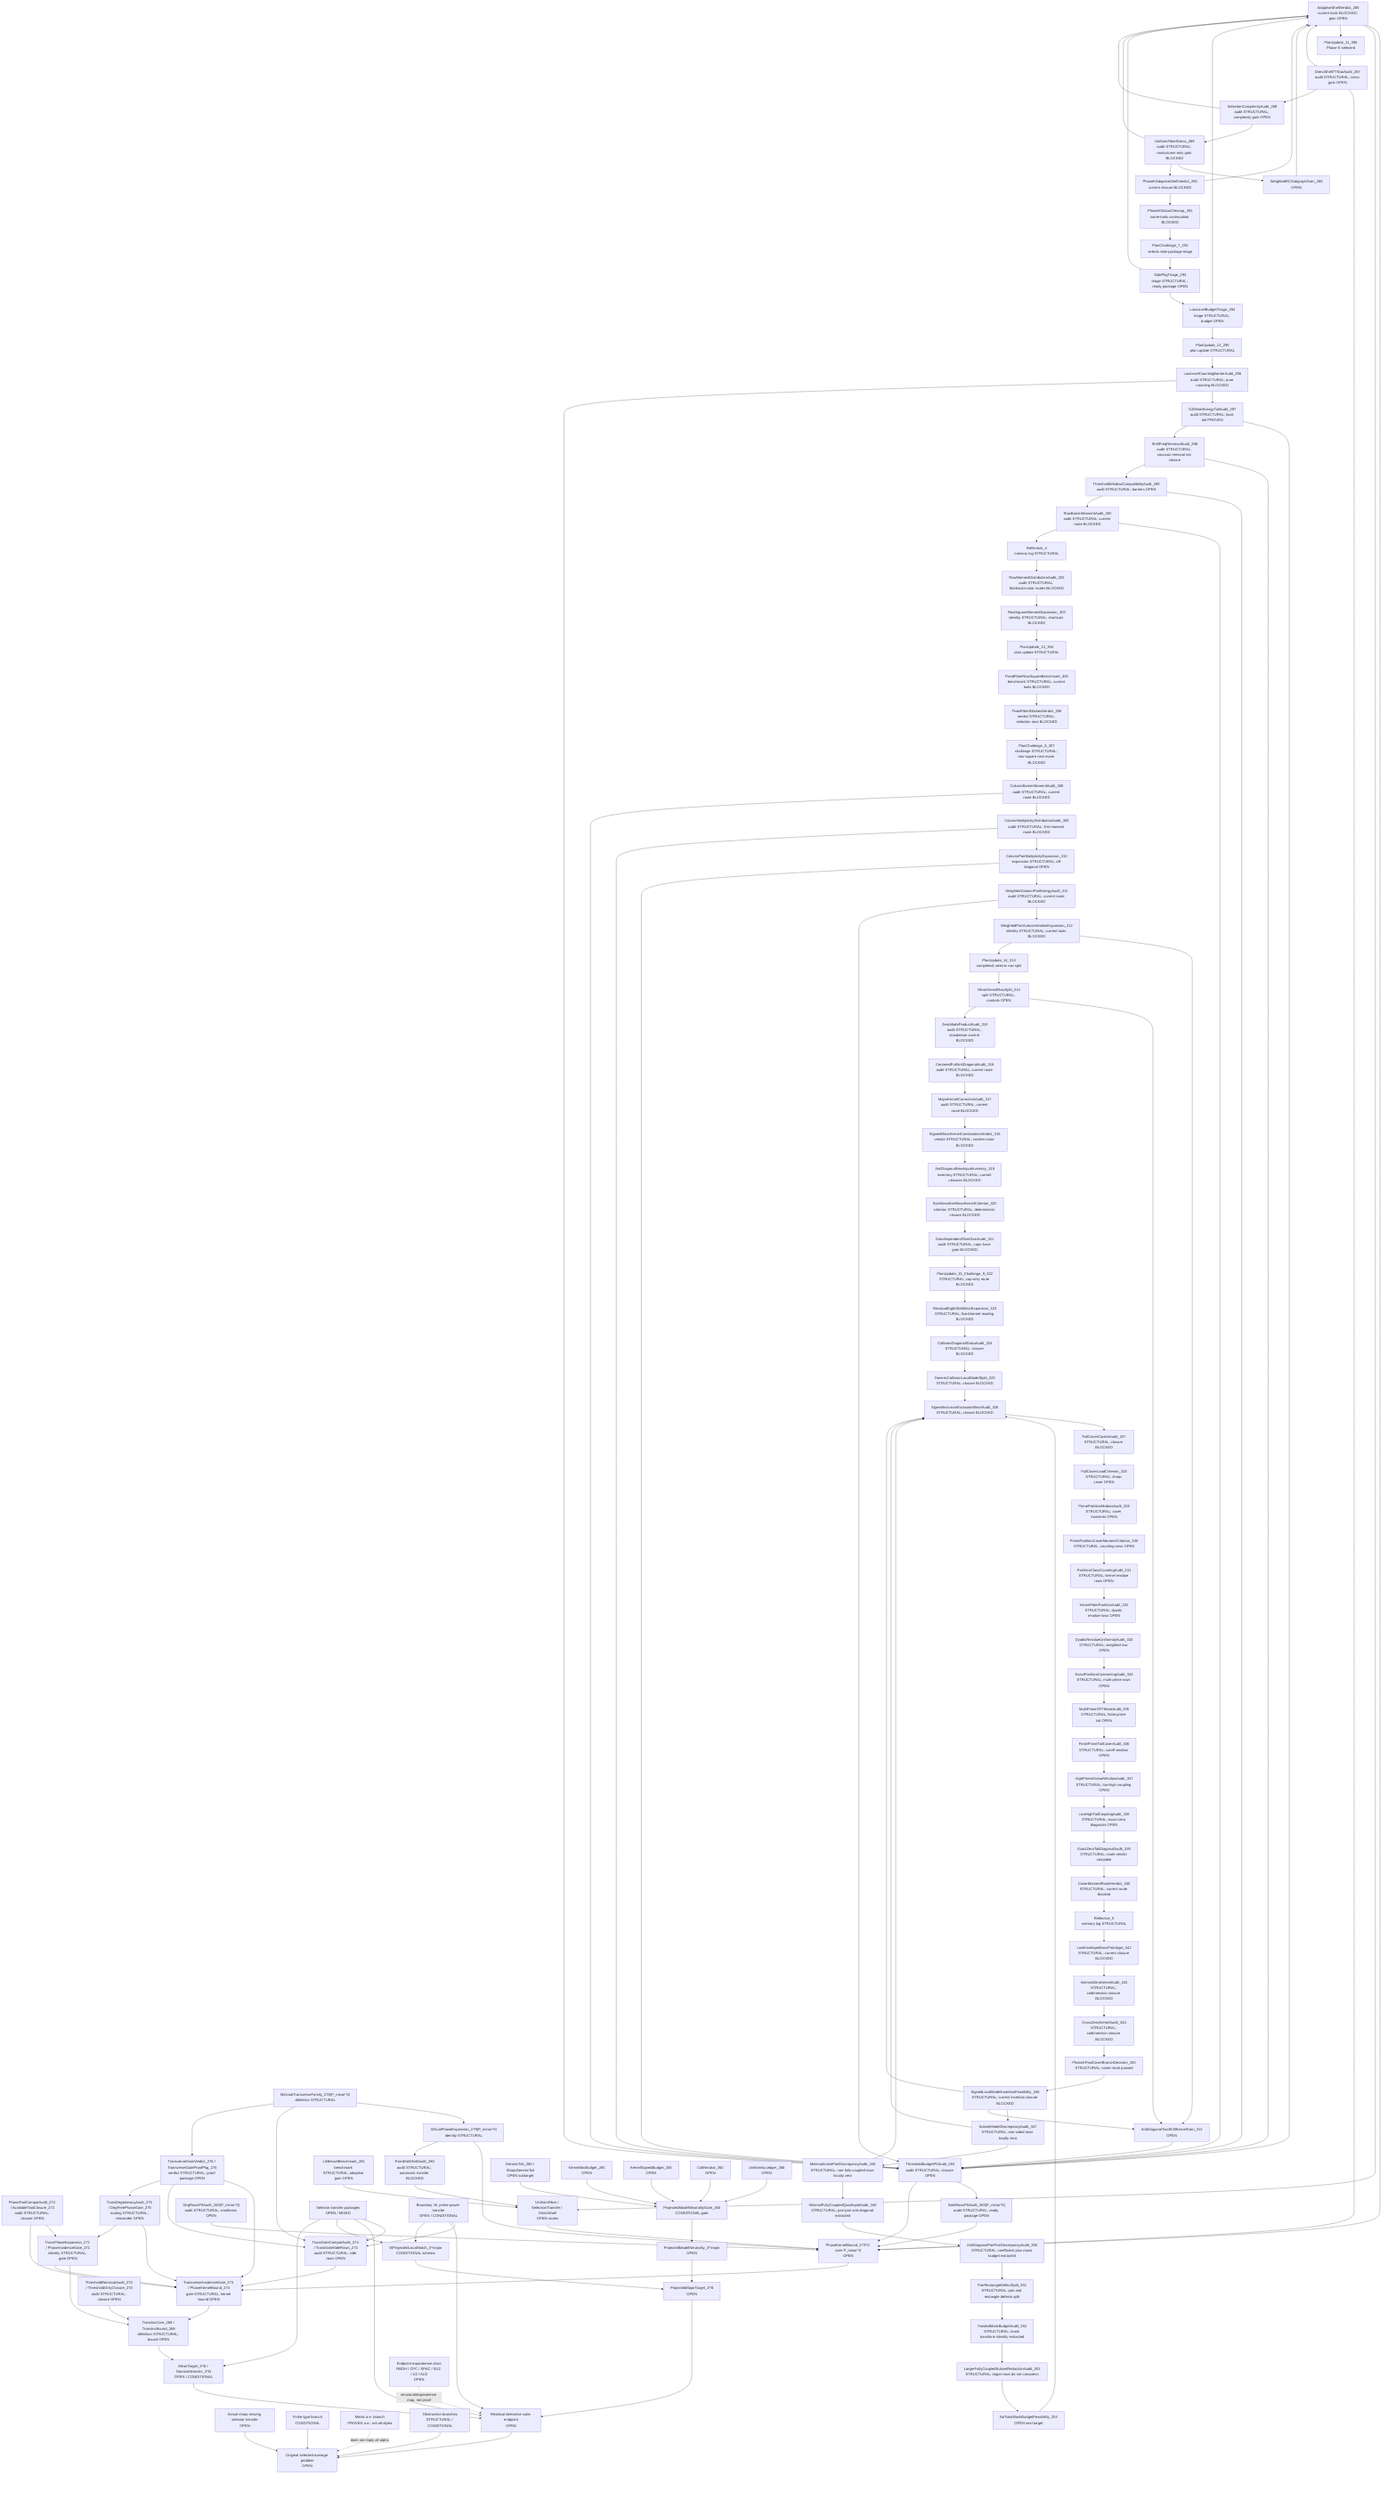
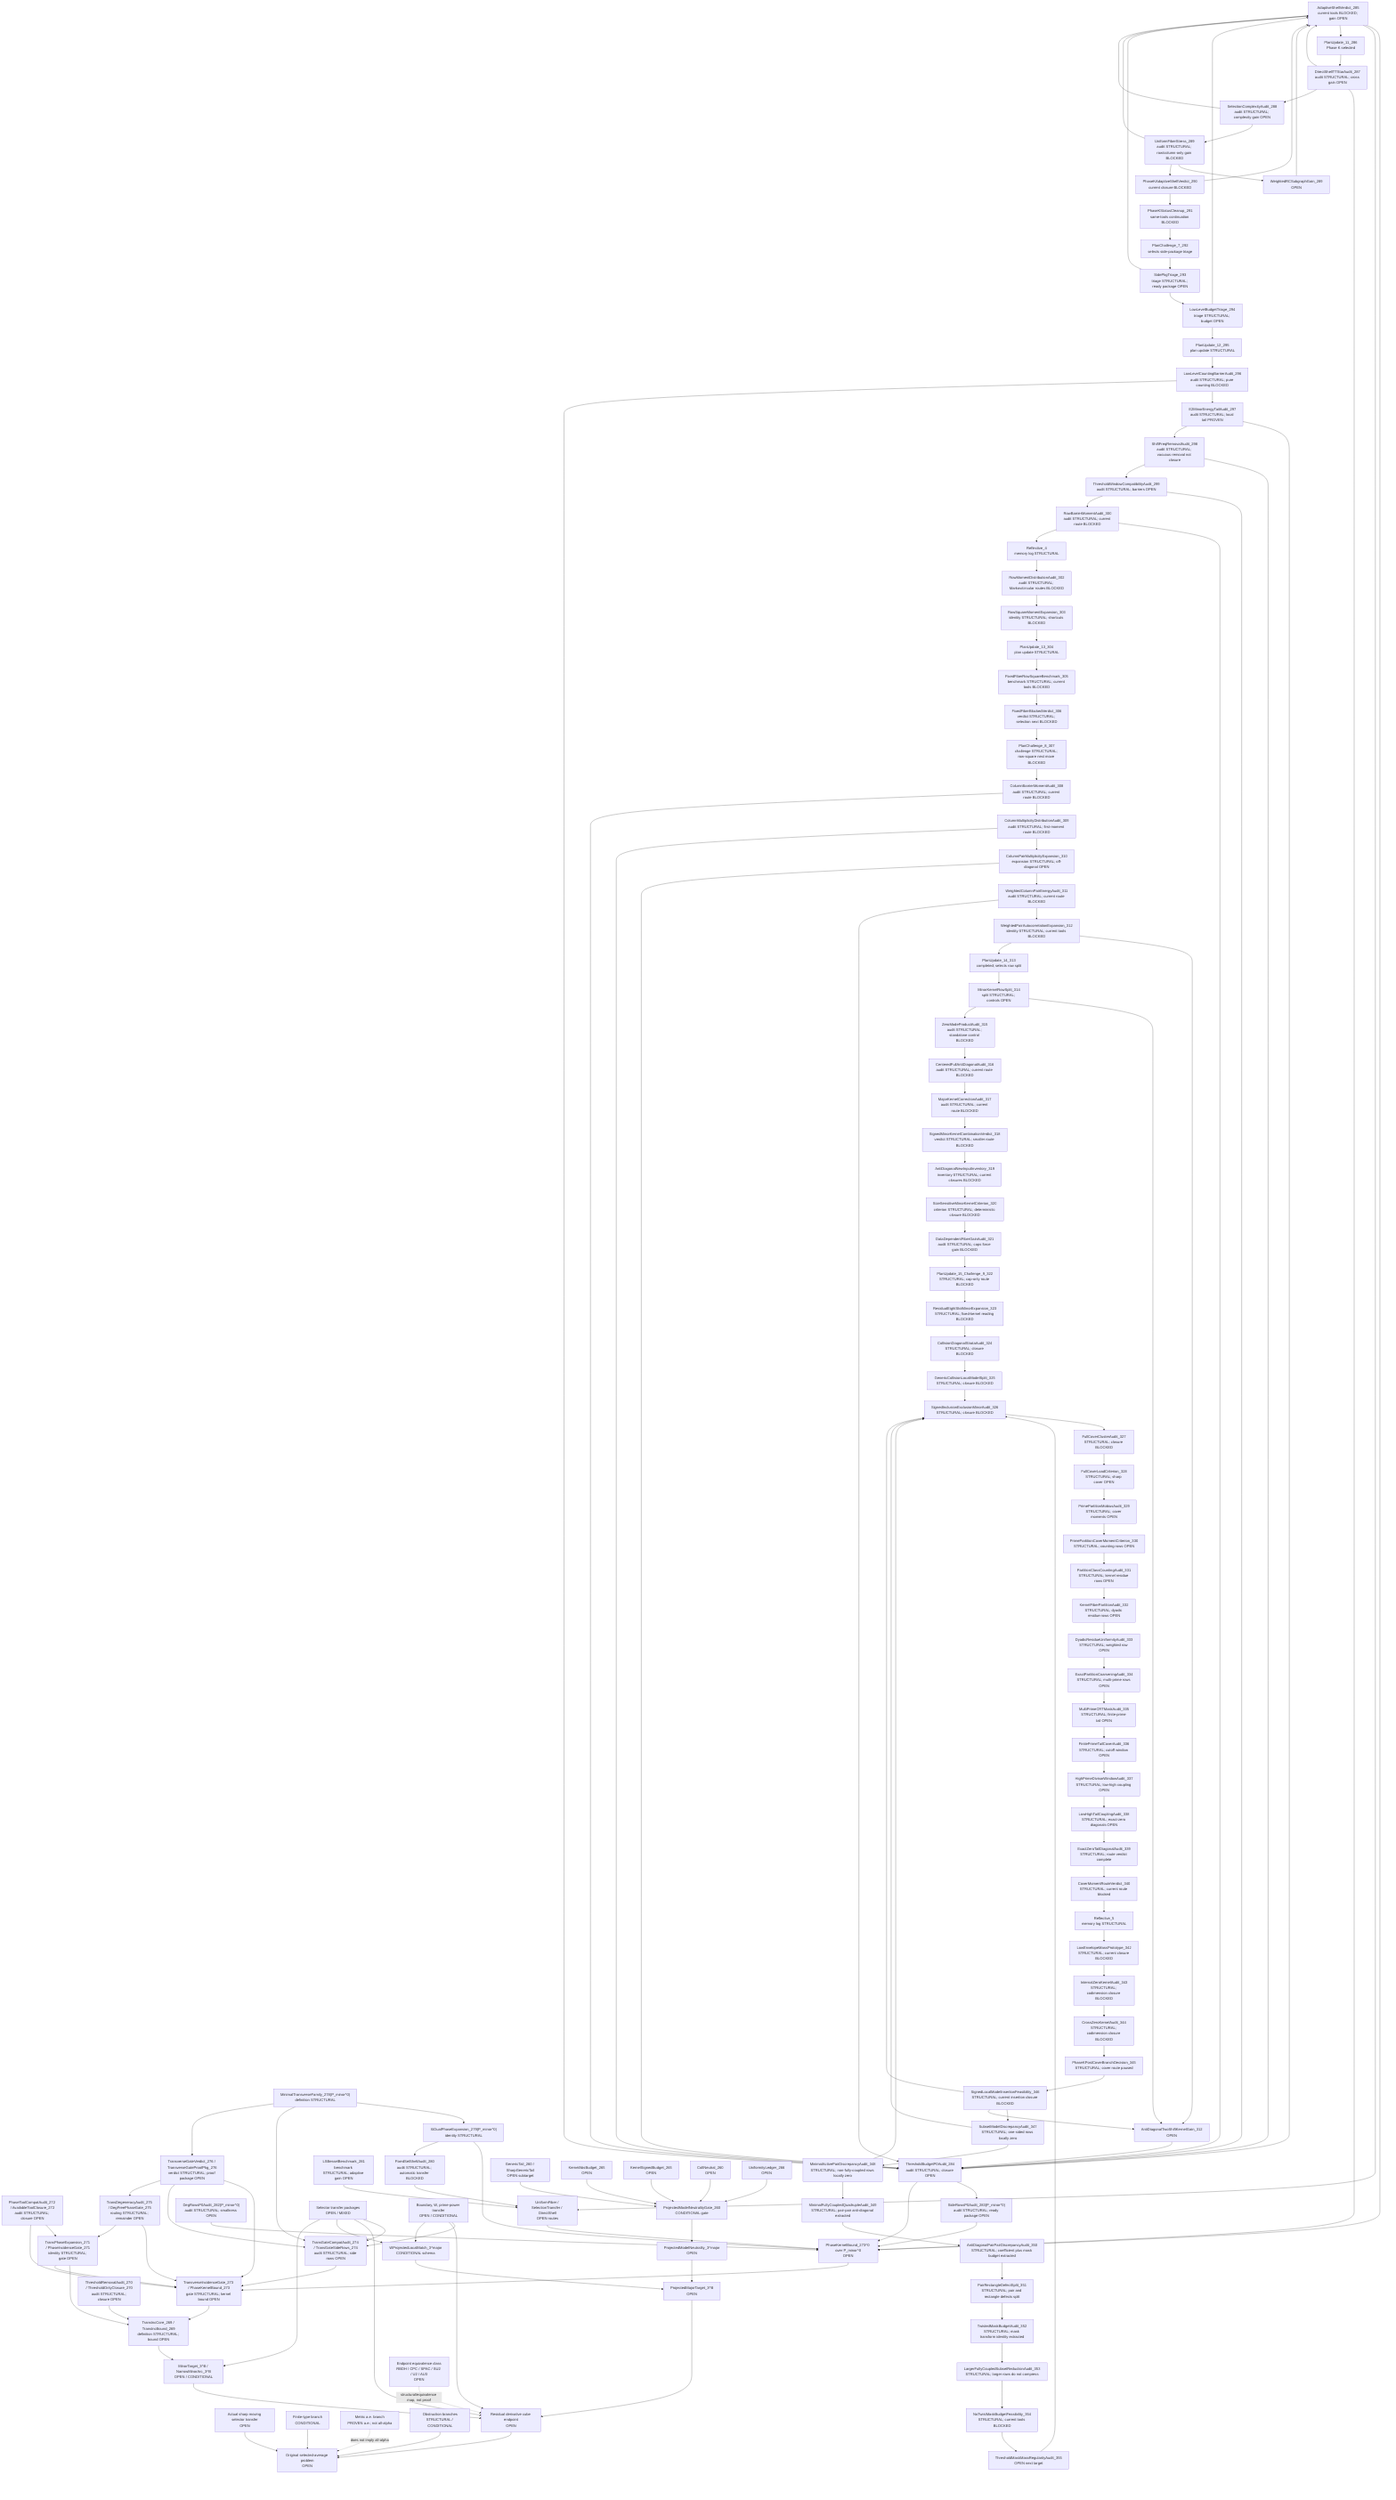
flowchart TD
  Original["Original selected-average problem<br/>OPEN"]
  SharpSel["Actual sharp moving selector transfer<br/>OPEN"]
  FiniteType["Finite-type branch<br/>CONDITIONAL"]
  Metric["Metric a.e. branch<br/>PROVEN a.e.; not all-alpha"]
  Obstruction["Obstruction branches<br/>STRUCTURAL / CONDITIONAL"]

  ResCube["Residual derivative cube endpoint<br/>OPEN"]
  MajorTarget["ProjectedMajorTarget_3^B<br/>OPEN"]
  MinorTarget["MinorTarget_3^B / NarrowMinorArc_3^B<br/>OPEN / CONDITIONAL"]
  TransInc["TransIncCore_269 / TransIncBound_269<br/>definition STRUCTURAL; bound OPEN"]
  ThresholdAudit["ThresholdRemovalAudit_270 / ThresholdOnlyClosure_270<br/>audit STRUCTURAL; closure OPEN"]
  PhaseExpansion["TransPhaseExpansion_271 / PhaseIncidenceGate_271<br/>identity STRUCTURAL; gate OPEN"]
  ToolCompat["PhaseToolCompatAudit_272 / AvailableToolClosure_272<br/>audit STRUCTURAL; closure OPEN"]
  TransGate["TransverseIncidenceGate_273 / PhaseKernelBound_273<br/>gate STRUCTURAL; kernel bound OPEN"]
  TransGateCompat["TransGateCompatAudit_274 / TransGateSideRows_274<br/>audit STRUCTURAL; side rows OPEN"]
  DegAudit["TransDegeneracyAudit_275 / DegFreePhaseGate_275<br/>routing STRUCTURAL; remainder OPEN"]
  TransVerdict["TransverseGateVerdict_276 / TransverseGateProofPkg_276<br/>verdict STRUCTURAL; proof package OPEN"]
  MinTransFamily["MinimalTransverseFamily_278(P_minor^0)<br/>definition STRUCTURAL"]
  XiExpansion["XiDualPhaseExpansion_279(P_minor^0)<br/>identity STRUCTURAL"]
  FixedShellAudit["FixedSetShellAudit_280<br/>audit STRUCTURAL; automatic transfer BLOCKED"]
  FixedShellTransfer["UniformFiber / SelectionTransfer / DirectShell<br/>OPEN routes"]
  LSBesselBench["LSBesselBenchmark_281<br/>benchmark STRUCTURAL; adaptive gain OPEN"]
  DegRowsP0["DegRowsP0Audit_282(P_minor^0)<br/>audit STRUCTURAL; smallness OPEN"]
  SideRowsP0["SideRowsP0Audit_283(P_minor^0)<br/>audit STRUCTURAL; ready package OPEN"]
  ThresholdP0["ThresholdBudgetP0Audit_284<br/>audit STRUCTURAL; closure OPEN"]
  AdaptiveShellP0["AdaptiveShellVerdict_285<br/>current tools BLOCKED; gain OPEN"]
  PlanUpdate11["PlanUpdate_11_286<br/>Phase K selected"]
  DirectTTStar["DirectShellTTStarAudit_287<br/>audit STRUCTURAL; cross gain OPEN"]
  SelectionComplexity["SelectionComplexityAudit_288<br/>audit STRUCTURAL; complexity gain OPEN"]
  UniformFiberStress["UniformFiberStress_289<br/>audit STRUCTURAL; row/column-only gain BLOCKED"]
  WeightedRCSubgraph["WeightedRCSubgraphGain_289<br/>OPEN"]
  AdaptiveVerdict290["PhaseKAdaptiveShellVerdict_290<br/>current closure BLOCKED"]
  PhaseKCleanup291["PhaseKStatusCleanup_291<br/>same-tools continuation BLOCKED"]
  PlanChallenge7["PlanChallenge_7_292<br/>selects side-package triage"]
  SidePkgTriage293["SidePkgTriage_293<br/>triage STRUCTURAL; ready package OPEN"]
  LowLevelTriage294["LowLevelBudgetTriage_294<br/>triage STRUCTURAL; budget OPEN"]
  PlanUpdate12["PlanUpdate_12_295<br/>plan update STRUCTURAL"]
  LowLevelBarrier296["LowLevelCountingBarrierAudit_296<br/>audit STRUCTURAL; pure counting BLOCKED"]
  E2Tail297["E2MinorEnergyTailAudit_297<br/>audit STRUCTURAL; local tail PROVEN"]
  ShiftFreq298["ShiftFreqRemovalAudit_298<br/>audit STRUCTURAL; vacuous removal not closure"]
  ThresholdWindow299["ThresholdWindowCompatibilityAudit_299<br/>audit STRUCTURAL; barriers OPEN"]
  RowBarrier300["RowBarrierMomentAudit_300<br/>audit STRUCTURAL; current route BLOCKED"]
  Reflective4["Reflective_4<br/>memory log STRUCTURAL"]
  RowMoment302["RowMomentDistributionAudit_302<br/>audit STRUCTURAL; Markov/circular routes BLOCKED"]
  RowSquare303["RowSquareMomentExpansion_303<br/>identity STRUCTURAL; shortcuts BLOCKED"]
  PlanUpdate13["PlanUpdate_13_304<br/>plan update STRUCTURAL"]
  FixedFiber305["FixedFiberRowSquareBenchmark_305<br/>benchmark STRUCTURAL; current tools BLOCKED"]
  FixedFiber306["FixedFiberBlockedVerdict_306<br/>verdict STRUCTURAL; selection next BLOCKED"]
  PlanChallenge8["PlanChallenge_8_307<br/>challenge STRUCTURAL; row-square next move BLOCKED"]
  ColumnBarrier308["ColumnBarrierMomentAudit_308<br/>audit STRUCTURAL; current route BLOCKED"]
  ColumnDist309["ColumnMultiplicityDistributionAudit_309<br/>audit STRUCTURAL; first-moment route BLOCKED"]
  ColumnPair310["ColumnPairMultiplicityExpansion_310<br/>expansion STRUCTURAL; off-diagonal OPEN"]
  WPair311["WeightedColumnPairEnergyAudit_311<br/>audit STRUCTURAL; current route BLOCKED"]
  AutoCorr312["WeightedPairAutocorrelationExpansion_312<br/>identity STRUCTURAL; current tools BLOCKED"]
  AntiDiag312["AntiDiagonalTwoShiftKernelGain_312<br/>OPEN"]
  PlanUpdate14["PlanUpdate_14_313<br/>completed; selects row split"]
  MinorKernel314["MinorKernelRowSplit_314<br/>split STRUCTURAL; controls OPEN"]
  ZeroAudit315["ZeroModeProductAudit_315<br/>audit STRUCTURAL; standalone control BLOCKED"]
  CenteredFull316["CenteredFullAntiDiagonalAudit_316<br/>audit STRUCTURAL; current route BLOCKED"]
  MajorCorr317["MajorKernelCorrectionAudit_317<br/>audit STRUCTURAL; current route BLOCKED"]
  SignedVerdict318["SignedMinorKernelCombinationVerdict_318<br/>verdict STRUCTURAL; smaller route BLOCKED"]
  NewInput319["AntiDiagonalNewInputInventory_319<br/>inventory STRUCTURAL; current closures BLOCKED"]
  SizeSensitive320["SizeSensitiveMinorKernelCriterion_320<br/>criterion STRUCTURAL; deterministic closure BLOCKED"]
  FiberGain321["DataDependentFiberGainAudit_321<br/>audit STRUCTURAL; caps force gain BLOCKED"]
  Plan322["PlanUpdate_15_Challenge_9_322<br/>STRUCTURAL; cap-only route BLOCKED"]
  ResidualEight323["ResidualEightSlotMinorExpansion_323<br/>STRUCTURAL; fixed-kernel reading BLOCKED"]
  Collision324["CollisionDiagonalStrataAudit_324<br/>STRUCTURAL; closure BLOCKED"]
  GenericSplit325["GenericCollisionLocalModelSplit_325<br/>STRUCTURAL; closure BLOCKED"]
  SignedIE326["SignedInclusionExclusionMinorAudit_326<br/>STRUCTURAL; closure BLOCKED"]
  FullCover327["FullCoverClusterAudit_327<br/>STRUCTURAL; closure BLOCKED"]
  CoverLoad328["FullCoverLoadCriterion_328<br/>STRUCTURAL; sharp cover OPEN"]
  PrimeMobius329["PrimePartitionMobiusAudit_329<br/>STRUCTURAL; cover moments OPEN"]
  CoverMoment330["PrimePartitionCoverMomentCriterion_330<br/>STRUCTURAL; counting rows OPEN"]
  PartitionCount331["PartitionClassCountingAudit_331<br/>STRUCTURAL; kernel residue rows OPEN"]
  KernelFiber332["KernelFiberPartitionAudit_332<br/>STRUCTURAL; dyadic residue rows OPEN"]
  Dyadic333["DyadicResidueUniformityAudit_333<br/>STRUCTURAL; weighted row OPEN"]
  Coarsening334["ExactPartitionCoarseningAudit_334<br/>STRUCTURAL; multi-prime rows OPEN"]
  CRTMask335["MultiPrimeCRTMaskAudit_335<br/>STRUCTURAL; finite-prime tail OPEN"]
  Tail336["FinitePrimeTailCoverAudit_336<br/>STRUCTURAL; cutoff window OPEN"]
  DivWindow337["HighPrimeDivisorWindowAudit_337<br/>STRUCTURAL; low-high coupling OPEN"]
  LowHigh338["LowHighTailCouplingAudit_338<br/>STRUCTURAL; exact-zero diagonals OPEN"]
  ExactZero339["ExactZeroTailDiagonalAudit_339<br/>STRUCTURAL; route verdict complete"]
  CoverVerdict340["CoverMomentRouteVerdict_340<br/>STRUCTURAL; current route blocked"]
  Reflective5["Reflective_5<br/>memory log STRUCTURAL"]
  LowEnvelope342["LowEnvelopeMassPrototype_342<br/>STRUCTURAL; current closure BLOCKED"]
  InternalZero343["InternalZeroKernelAudit_343<br/>STRUCTURAL; codimension closure BLOCKED"]
  CrossZero344["CrossZeroKernelAudit_344<br/>STRUCTURAL; codimension closure BLOCKED"]
  PhaseDecision345["PhaseKPostCoverBranchDecision_345<br/>STRUCTURAL; cover route paused"]
  SignedInsertion346["SignedLocalModelInsertionFeasibility_346<br/>STRUCTURAL; current insertion closure BLOCKED"]
  SubsetDiscrep347["SubsetModelDiscrepancyAudit_347<br/>STRUCTURAL; one-sided rows locally zero"]
  MinPair348["MinimalActivePairDiscrepancyAudit_348<br/>STRUCTURAL; non-fully-coupled rows locally zero"]
  MinQuad349["MinimalFullyCoupledQuadrupleAudit_349<br/>STRUCTURAL; pair-pair anti-diagonal extracted"]
  PairPair350["AntiDiagonalPairPairDiscrepancyAudit_350<br/>STRUCTURAL; coefficient plus mask budget extracted"]
  DefectSplit351["PairRectangleDefectSplit_351<br/>STRUCTURAL; pair and rectangle defects split"]
  TwistMask352["TwistedMaskBudgetAudit_352<br/>STRUCTURAL; mask transform identity extracted"]
  LargeSubset353["LargerFullyCoupledSubsetReductionAudit_353<br/>STRUCTURAL; larger rows do not compress"]
-   NoTwist354["NoTwistMaskBudgetFeasibility_354<br/>OPEN next target"]
+   NoTwist354["NoTwistMaskBudgetFeasibility_354<br/>STRUCTURAL; current tools BLOCKED"]
+   MaskMass355["ThresholdMaskMassRegularityAudit_355<br/>OPEN next target"]
  PhaseKernel0["PhaseKernelBound_273^0 over P_minor^0<br/>OPEN"]
  SelectorTransfer["Selector transfer packages<br/>OPEN / MIXED"]
  BoundaryTransfer["Boundary, W, prime-power transfer<br/>OPEN / CONDITIONAL"]

  WLocal["WProjectedLocalMatch_3^major<br/>CONDITIONAL schema"]
  ModelNeutral["ProjectedModelNeutrality_3^major<br/>OPEN"]
  PMNGate["ProjectedModelNeutralityGate_260<br/>CONDITIONAL gate"]
  GenericTail["GenericTail_260 / SharpGenericTail<br/>OPEN subtarget"]
  KernelAbs["KernelAbsBudget_265<br/>OPEN"]
  KernelSigned["KernelSignedBudget_265<br/>OPEN"]
  CollNeutral["CollNeutral_260<br/>OPEN"]
  Uniformity["UniformityLedger_266<br/>OPEN"]

  EndpointClass["Endpoint equivalence class<br/>RBDH / CPC / SPAC / SU2 / U2 / AU3<br/>OPEN"]

  SharpSel --> Original
  FiniteType --> Original
  Obstruction --> Original
  ResCube --> Original
  Metric -. "does not imply all-alpha" .-> Original

  MajorTarget --> ResCube
  MinorTarget --> ResCube
  TransInc --> MinorTarget
  ThresholdAudit --> TransInc
  PhaseExpansion --> TransInc
  ToolCompat --> PhaseExpansion
  TransGate --> TransInc
  PhaseExpansion --> TransGate
  ToolCompat --> TransGate
  TransGateCompat --> TransGate
  SelectorTransfer --> TransGateCompat
  BoundaryTransfer --> TransGateCompat
  DegAudit --> TransGate
  DegAudit --> PhaseExpansion
  TransVerdict --> TransGate
  TransVerdict --> TransGateCompat
  TransVerdict --> DegAudit
  PhaseKernel0 --> TransGate
  MinTransFamily --> XiExpansion
  XiExpansion --> PhaseKernel0
  XiExpansion --> FixedShellAudit
  FixedShellAudit --> FixedShellTransfer
  FixedShellTransfer --> PhaseKernel0
  LSBesselBench --> FixedShellTransfer
  DegRowsP0 --> PhaseKernel0
  SideRowsP0 --> PhaseKernel0
  ThresholdP0 --> SideRowsP0
  ThresholdP0 --> PhaseKernel0
  AdaptiveShellP0 --> PhaseKernel0
  AdaptiveShellP0 --> FixedShellTransfer
  AdaptiveShellP0 --> PlanUpdate11
  PlanUpdate11 --> DirectTTStar
  DirectTTStar --> AdaptiveShellP0
  DirectTTStar --> PhaseKernel0
  DirectTTStar --> SelectionComplexity
  SelectionComplexity --> UniformFiberStress
  SelectionComplexity --> AdaptiveShellP0
  UniformFiberStress --> WeightedRCSubgraph
  WeightedRCSubgraph --> AdaptiveShellP0
  UniformFiberStress --> AdaptiveVerdict290
  UniformFiberStress --> AdaptiveShellP0
  AdaptiveVerdict290 --> AdaptiveShellP0
  AdaptiveVerdict290 --> PhaseKCleanup291
  PhaseKCleanup291 --> PlanChallenge7
  PlanChallenge7 --> SidePkgTriage293
  SidePkgTriage293 --> LowLevelTriage294
  SidePkgTriage293 --> AdaptiveShellP0
  LowLevelTriage294 --> AdaptiveShellP0
  LowLevelTriage294 --> PlanUpdate12
  PlanUpdate12 --> LowLevelBarrier296
  LowLevelBarrier296 --> E2Tail297
  LowLevelBarrier296 --> ThresholdP0
  E2Tail297 --> ThresholdP0
  E2Tail297 --> ShiftFreq298
  ShiftFreq298 --> ThresholdP0
  ShiftFreq298 --> ThresholdWindow299
  ThresholdWindow299 --> ThresholdP0
  ThresholdWindow299 --> RowBarrier300
  RowBarrier300 --> ThresholdP0
  RowBarrier300 --> Reflective4
  Reflective4 --> RowMoment302
  RowMoment302 --> RowSquare303
  RowSquare303 --> PlanUpdate13
  PlanUpdate13 --> FixedFiber305
  FixedFiber305 --> FixedFiber306
  FixedFiber306 --> PlanChallenge8
  PlanChallenge8 --> ColumnBarrier308
  ColumnBarrier308 --> ColumnDist309
  ColumnDist309 --> ColumnPair310
  ColumnPair310 --> WPair311
  WPair311 --> AutoCorr312
  AutoCorr312 --> AntiDiag312
  AntiDiag312 --> ThresholdP0
  AutoCorr312 --> PlanUpdate14
  PlanUpdate14 --> MinorKernel314
  MinorKernel314 --> AntiDiag312
  MinorKernel314 --> ZeroAudit315
  ZeroAudit315 --> CenteredFull316
  CenteredFull316 --> MajorCorr317
  MajorCorr317 --> SignedVerdict318
  SignedVerdict318 --> NewInput319
  NewInput319 --> SizeSensitive320
  SizeSensitive320 --> FiberGain321
  FiberGain321 --> Plan322
  Plan322 --> ResidualEight323
  ResidualEight323 --> Collision324
  Collision324 --> GenericSplit325
  GenericSplit325 --> SignedIE326
  SignedIE326 --> FullCover327
  FullCover327 --> CoverLoad328
  CoverLoad328 --> PrimeMobius329
  PrimeMobius329 --> CoverMoment330
  CoverMoment330 --> PartitionCount331
  PartitionCount331 --> KernelFiber332
  KernelFiber332 --> Dyadic333
  Dyadic333 --> Coarsening334
  Coarsening334 --> CRTMask335
  CRTMask335 --> Tail336
  Tail336 --> DivWindow337
  DivWindow337 --> LowHigh338
  LowHigh338 --> ExactZero339
  ExactZero339 --> CoverVerdict340
  CoverVerdict340 --> Reflective5
  Reflective5 --> LowEnvelope342
  LowEnvelope342 --> InternalZero343
  InternalZero343 --> CrossZero344
  CrossZero344 --> PhaseDecision345
  PhaseDecision345 --> SignedInsertion346
  SignedInsertion346 --> SubsetDiscrep347
  SubsetDiscrep347 --> MinPair348
  MinPair348 --> MinQuad349
  MinQuad349 --> PairPair350
  PairPair350 --> DefectSplit351
  DefectSplit351 --> TwistMask352
  TwistMask352 --> LargeSubset353
  LargeSubset353 --> NoTwist354
-   NoTwist354 --> SignedIE326
+   NoTwist354 --> MaskMass355
+   MaskMass355 --> SignedIE326
  MinPair348 --> SignedIE326
  SubsetDiscrep347 --> SignedIE326
  SignedInsertion346 --> SignedIE326
  SignedInsertion346 --> AntiDiag312
  WPair311 --> ThresholdP0
  ColumnPair310 --> ThresholdP0
  ColumnDist309 --> ThresholdP0
  ColumnBarrier308 --> ThresholdP0
  MinTransFamily --> TransGateCompat
  MinTransFamily --> TransVerdict
  SelectorTransfer --> ResCube
  BoundaryTransfer --> ResCube
  EndpointClass -. "structural/equivalence map, not proof" .-> ResCube

  WLocal --> MajorTarget
  ModelNeutral --> MajorTarget

  PMNGate --> ModelNeutral
  GenericTail --> PMNGate
  KernelAbs --> PMNGate
  KernelSigned --> PMNGate
  CollNeutral --> PMNGate
  Uniformity --> PMNGate

  BoundaryTransfer --> WLocal
  SelectorTransfer --> WLocal
  SelectorTransfer --> MinorTarget
